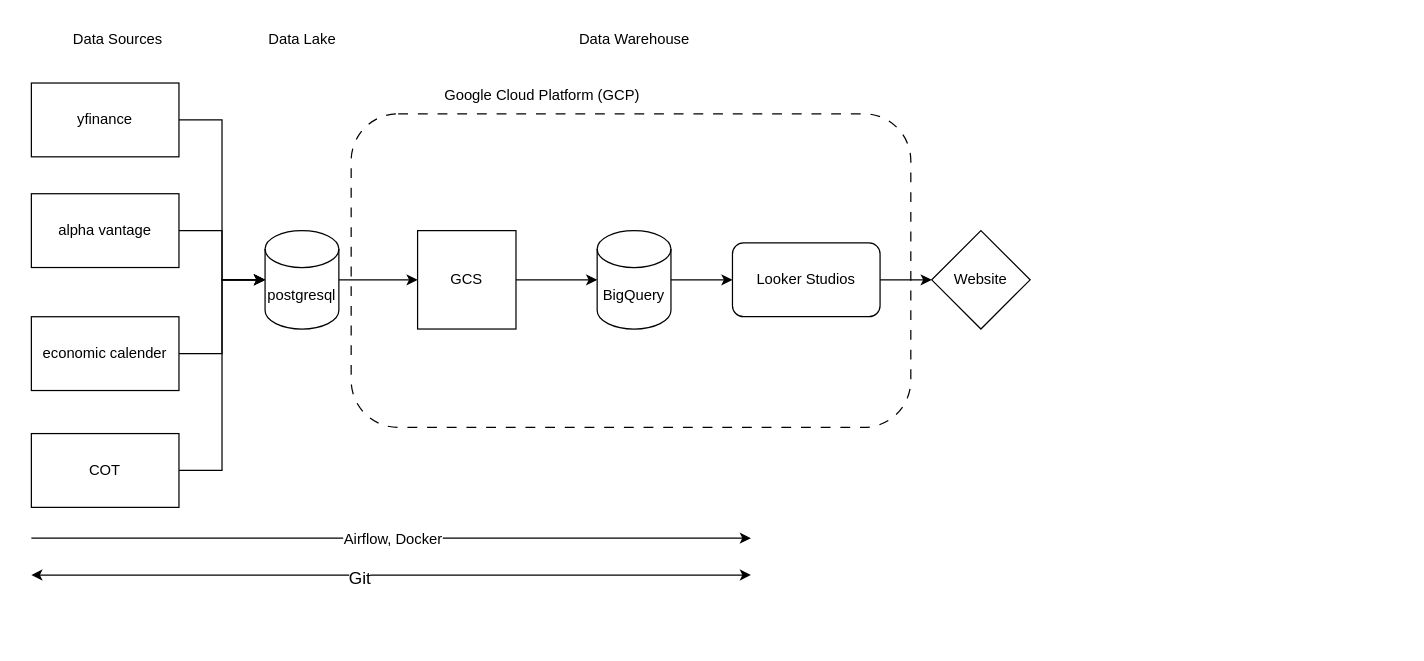
The draw.io diagram Stock Analysis System.drawio in Tgop1310/Projects, before the edit. Source tidied: cells renumbered, new cells numbered last; positions are measured from the earlier drawing's top-left corner, leaving out a move shared by most shapes. Both pictures are drawn from the tidied source at 123%, with x=0, y=0 at pixel (31, 21).
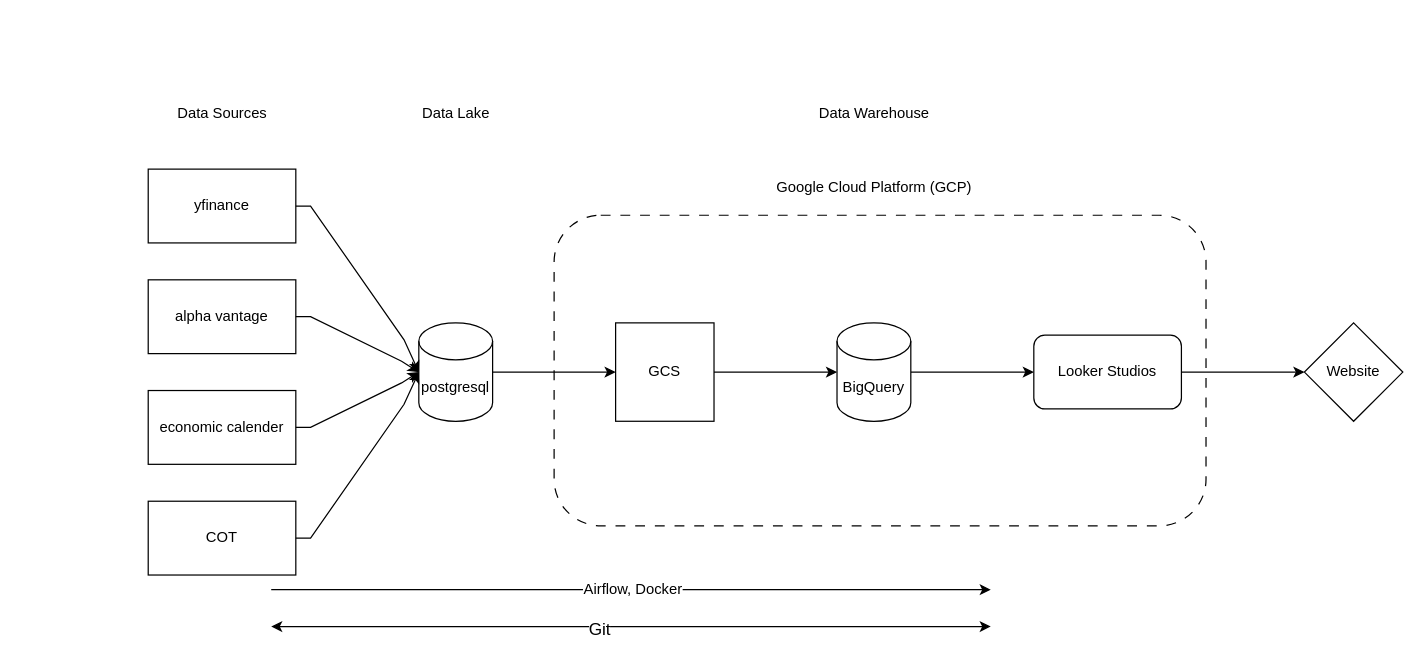
The same page after the edit.

Change to the diagram source:
```diff
@@
     <mxCell id="2" value="yfinance" style="rounded=0;whiteSpace=wrap;html=1;" parent="1" vertex="1">
-      <mxGeometry y="50" width="120" height="60" as="geometry" />
+      <mxGeometry x="95" y="120" width="120" height="60" as="geometry" />
     </mxCell>
     <mxCell id="3" value="alpha vantage" style="rounded=0;whiteSpace=wrap;html=1;" parent="1" vertex="1">
-      <mxGeometry y="140" width="120" height="60" as="geometry" />
+      <mxGeometry x="95" y="210" width="120" height="60" as="geometry" />
     </mxCell>
     <mxCell id="4" value="Data Sources" style="text;html=1;align=center;verticalAlign=middle;strokeColor=none;fillColor=none;" parent="1" vertex="1">
-      <mxGeometry x="20" width="100" height="30" as="geometry" />
+      <mxGeometry x="105" y="60" width="100" height="30" as="geometry" />
     </mxCell>
-    <mxCell id="5" style="edgeStyle=orthogonalEdgeStyle;rounded=0;jettySize=auto;html=1;exitX=1;exitY=0.5;exitDx=0;exitDy=0;exitPerimeter=0;" parent="1" edge="1" source="6" target="18">
-      <mxGeometry relative="1" as="geometry" />
+    <mxCell id="5" style="edgeStyle=orthogonalEdgeStyle;rounded=0;jettySize=auto;html=1;exitX=1;exitY=0.5;exitDx=0;exitDy=0;exitPerimeter=0;noEdgeStyle=1;orthogonal=1;" parent="1" edge="1" source="6" target="18">
+      <mxGeometry relative="1" as="geometry">
+        <Array as="points">
+          <mxPoint x="387" y="285" />
+          <mxPoint x="463" y="285" />
+        </Array>
+      </mxGeometry>
     </mxCell>
     <mxCell id="6" value="postgresql" style="shape=cylinder3;whiteSpace=wrap;html=1;boundedLbl=1;backgroundOutline=1;size=15;" parent="1" vertex="1">
-      <mxGeometry x="190" y="170" width="60" height="80" as="geometry" />
+      <mxGeometry x="315" y="245" width="60" height="80" as="geometry" />
     </mxCell>
     <mxCell id="7" value="economic calender" style="rounded=0;whiteSpace=wrap;html=1;" parent="1" vertex="1">
-      <mxGeometry y="240" width="120" height="60" as="geometry" />
+      <mxGeometry x="95" y="300" width="120" height="60" as="geometry" />
     </mxCell>
     <mxCell id="8" value="COT" style="rounded=0;whiteSpace=wrap;html=1;" parent="1" vertex="1">
-      <mxGeometry y="335" width="120" height="60" as="geometry" />
+      <mxGeometry x="95" y="390" width="120" height="60" as="geometry" />
     </mxCell>
-    <mxCell id="9" style="edgeStyle=orthogonalEdgeStyle;rounded=0;jettySize=auto;html=1;exitX=1;exitY=0.5;exitDx=0;exitDy=0;entryX=0;entryY=0.5;entryDx=0;entryDy=0;entryPerimeter=0;" parent="1" edge="1" source="7" target="6">
-      <mxGeometry relative="1" as="geometry" />
+    <mxCell id="9" style="edgeStyle=orthogonalEdgeStyle;rounded=0;jettySize=auto;html=1;exitX=1;exitY=0.5;exitDx=0;exitDy=0;entryX=0;entryY=0.5;entryDx=0;entryDy=0;entryPerimeter=0;noEdgeStyle=1;orthogonal=1;" parent="1" edge="1" source="7" target="6">
+      <mxGeometry relative="1" as="geometry">
+        <Array as="points">
+          <mxPoint x="227" y="330" />
+          <mxPoint x="301" y="293.8" />
+        </Array>
+      </mxGeometry>
     </mxCell>
-    <mxCell id="10" style="edgeStyle=orthogonalEdgeStyle;rounded=0;jettySize=auto;html=1;exitX=1;exitY=0.5;exitDx=0;exitDy=0;entryX=0;entryY=0.5;entryDx=0;entryDy=0;entryPerimeter=0;" parent="1" edge="1" source="2" target="6">
-      <mxGeometry relative="1" as="geometry" />
+    <mxCell id="10" style="edgeStyle=orthogonalEdgeStyle;rounded=0;jettySize=auto;html=1;exitX=1;exitY=0.5;exitDx=0;exitDy=0;entryX=0;entryY=0.5;entryDx=0;entryDy=0;entryPerimeter=0;noEdgeStyle=1;orthogonal=1;" parent="1" edge="1" source="2" target="6">
+      <mxGeometry relative="1" as="geometry">
+        <Array as="points">
+          <mxPoint x="227" y="150" />
+          <mxPoint x="303" y="258.8" />
+        </Array>
+      </mxGeometry>
     </mxCell>
-    <mxCell id="11" style="edgeStyle=orthogonalEdgeStyle;rounded=0;jettySize=auto;html=1;entryX=0;entryY=0.5;entryDx=0;entryDy=0;entryPerimeter=0;" parent="1" edge="1" source="3" target="6">
-      <mxGeometry relative="1" as="geometry" />
+    <mxCell id="11" style="edgeStyle=orthogonalEdgeStyle;rounded=0;jettySize=auto;html=1;entryX=0;entryY=0.5;entryDx=0;entryDy=0;entryPerimeter=0;noEdgeStyle=1;orthogonal=1;" parent="1" edge="1" source="3" target="6">
+      <mxGeometry relative="1" as="geometry">
+        <Array as="points">
+          <mxPoint x="227" y="240" />
+          <mxPoint x="301" y="276.2" />
+        </Array>
+      </mxGeometry>
     </mxCell>
-    <mxCell id="12" style="edgeStyle=orthogonalEdgeStyle;rounded=0;jettySize=auto;html=1;exitX=1;exitY=0.5;exitDx=0;exitDy=0;entryX=0;entryY=0.5;entryDx=0;entryDy=0;entryPerimeter=0;" parent="1" edge="1" source="8" target="6">
-      <mxGeometry relative="1" as="geometry" />
+    <mxCell id="12" style="edgeStyle=orthogonalEdgeStyle;rounded=0;jettySize=auto;html=1;exitX=1;exitY=0.5;exitDx=0;exitDy=0;entryX=0;entryY=0.5;entryDx=0;entryDy=0;entryPerimeter=0;noEdgeStyle=1;orthogonal=1;" parent="1" edge="1" source="8" target="6">
+      <mxGeometry relative="1" as="geometry">
+        <Array as="points">
+          <mxPoint x="227" y="420" />
+          <mxPoint x="303" y="311.2" />
+        </Array>
+      </mxGeometry>
     </mxCell>
     <mxCell id="13" value="Data Lake" style="text;html=1;align=center;verticalAlign=middle;strokeColor=none;fillColor=none;" parent="1" vertex="1">
-      <mxGeometry x="180" width="80" height="30" as="geometry" />
+      <mxGeometry x="305" y="60" width="80" height="30" as="geometry" />
     </mxCell>
     <mxCell id="14" style="rounded=1;whiteSpace=wrap;html=1;fillColor=none;dashed=1;dashPattern=8 8;" parent="1" vertex="1">
-      <mxGeometry x="260" y="75" width="455" height="255" as="geometry" />
+      <mxGeometry x="425" y="157.5" width="530" height="252.5" as="geometry" />
     </mxCell>
-    <mxCell id="15" style="edgeStyle=orthogonalEdgeStyle;rounded=0;jettySize=auto;html=1;exitX=1;exitY=0.5;exitDx=0;exitDy=0;exitPerimeter=0;entryX=0;entryY=0.5;entryDx=0;entryDy=0;" parent="1" edge="1" source="16" target="21">
-      <mxGeometry relative="1" as="geometry" />
+    <mxCell id="15" style="edgeStyle=orthogonalEdgeStyle;rounded=0;jettySize=auto;html=1;exitX=1;exitY=0.5;exitDx=0;exitDy=0;exitPerimeter=0;entryX=0;entryY=0.5;entryDx=0;entryDy=0;noEdgeStyle=1;orthogonal=1;" parent="1" edge="1" source="16" target="21">
+      <mxGeometry relative="1" as="geometry">
+        <Array as="points">
+          <mxPoint x="727" y="285" />
+          <mxPoint x="803" y="285" />
+        </Array>
+      </mxGeometry>
     </mxCell>
     <mxCell id="16" value="BigQuery" style="shape=cylinder3;whiteSpace=wrap;html=1;boundedLbl=1;backgroundOutline=1;size=15;" parent="1" vertex="1">
-      <mxGeometry x="460" y="170" width="60" height="80" as="geometry" />
+      <mxGeometry x="655" y="245" width="60" height="80" as="geometry" />
     </mxCell>
     <mxCell id="17" value="Google Cloud Platform (GCP)" style="text;html=1;align=center;verticalAlign=middle;strokeColor=none;fillColor=none;" parent="1" vertex="1">
-      <mxGeometry x="325" y="45" width="180" height="30" as="geometry" />
+      <mxGeometry x="595" y="120" width="180" height="30" as="geometry" />
     </mxCell>
     <mxCell id="18" value="GCS" style="whiteSpace=wrap;html=1;" parent="1" vertex="1">
-      <mxGeometry x="314" y="170" width="80" height="80" as="geometry" />
+      <mxGeometry x="475" y="245" width="80" height="80" as="geometry" />
     </mxCell>
-    <mxCell id="19" style="edgeStyle=orthogonalEdgeStyle;rounded=0;jettySize=auto;html=1;exitX=1;exitY=0.5;exitDx=0;exitDy=0;entryX=0;entryY=0.5;entryDx=0;entryDy=0;entryPerimeter=0;" parent="1" edge="1" source="18" target="16">
-      <mxGeometry relative="1" as="geometry" />
+    <mxCell id="19" style="edgeStyle=orthogonalEdgeStyle;rounded=0;jettySize=auto;html=1;exitX=1;exitY=0.5;exitDx=0;exitDy=0;entryX=0;entryY=0.5;entryDx=0;entryDy=0;entryPerimeter=0;noEdgeStyle=1;orthogonal=1;" parent="1" edge="1" source="18" target="16">
+      <mxGeometry relative="1" as="geometry">
+        <Array as="points">
+          <mxPoint x="567" y="285" />
+          <mxPoint x="643" y="285" />
+        </Array>
+      </mxGeometry>
     </mxCell>
-    <mxCell id="20" style="edgeStyle=orthogonalEdgeStyle;rounded=0;jettySize=auto;html=1;exitX=1;exitY=0.5;exitDx=0;exitDy=0;entryX=0;entryY=0.5;entryDx=0;entryDy=0;" parent="1" edge="1" source="21" target="23">
-      <mxGeometry relative="1" as="geometry" />
+    <mxCell id="20" style="edgeStyle=orthogonalEdgeStyle;rounded=0;jettySize=auto;html=1;exitX=1;exitY=0.5;exitDx=0;exitDy=0;entryX=0;entryY=0.5;entryDx=0;entryDy=0;noEdgeStyle=1;orthogonal=1;" parent="1" edge="1" source="21" target="23">
+      <mxGeometry relative="1" as="geometry">
+        <Array as="points">
+          <mxPoint x="947" y="285" />
+          <mxPoint x="1023" y="285" />
+        </Array>
+      </mxGeometry>
     </mxCell>
     <mxCell id="21" value="Looker Studios" style="rounded=1;whiteSpace=wrap;html=1;" parent="1" vertex="1">
-      <mxGeometry x="570" y="180" width="120" height="60" as="geometry" />
+      <mxGeometry x="815" y="255" width="120" height="60" as="geometry" />
     </mxCell>
     <mxCell id="22" value="Data Warehouse" style="text;html=1;align=center;verticalAlign=middle;strokeColor=none;fillColor=none;" parent="1" vertex="1">
-      <mxGeometry x="435" width="110" height="30" as="geometry" />
+      <mxGeometry x="630" y="60" width="110" height="30" as="geometry" />
     </mxCell>
     <mxCell id="23" value="Website" style="rhombus;whiteSpace=wrap;html=1;" parent="1" vertex="1">
-      <mxGeometry x="732" y="170" width="80" height="80" as="geometry" />
+      <mxGeometry x="1035" y="245" width="80" height="80" as="geometry" />
     </mxCell>
     <mxCell id="24" style="endArrow=classic;html=1;rounded=0;" parent="1" edge="1">
       <mxGeometry relative="1" as="geometry">
-        <mxPoint y="420" as="sourcePoint" />
-        <mxPoint x="585" y="420" as="targetPoint" />
+        <mxPoint x="195" y="461.9" as="sourcePoint" />
+        <mxPoint x="780" y="461.9" as="targetPoint" />
       </mxGeometry>
     </mxCell>
@@
     <mxCell id="26" style="endArrow=classic;startArrow=classic;html=1;rounded=0;" parent="1" edge="1">
       <mxGeometry relative="1" as="geometry">
-        <mxPoint y="450" as="sourcePoint" />
-        <mxPoint x="585" y="450" as="targetPoint" />
+        <mxPoint x="195" y="491.9" as="sourcePoint" />
+        <mxPoint x="780" y="491.9" as="targetPoint" />
       </mxGeometry>
     </mxCell>
```
